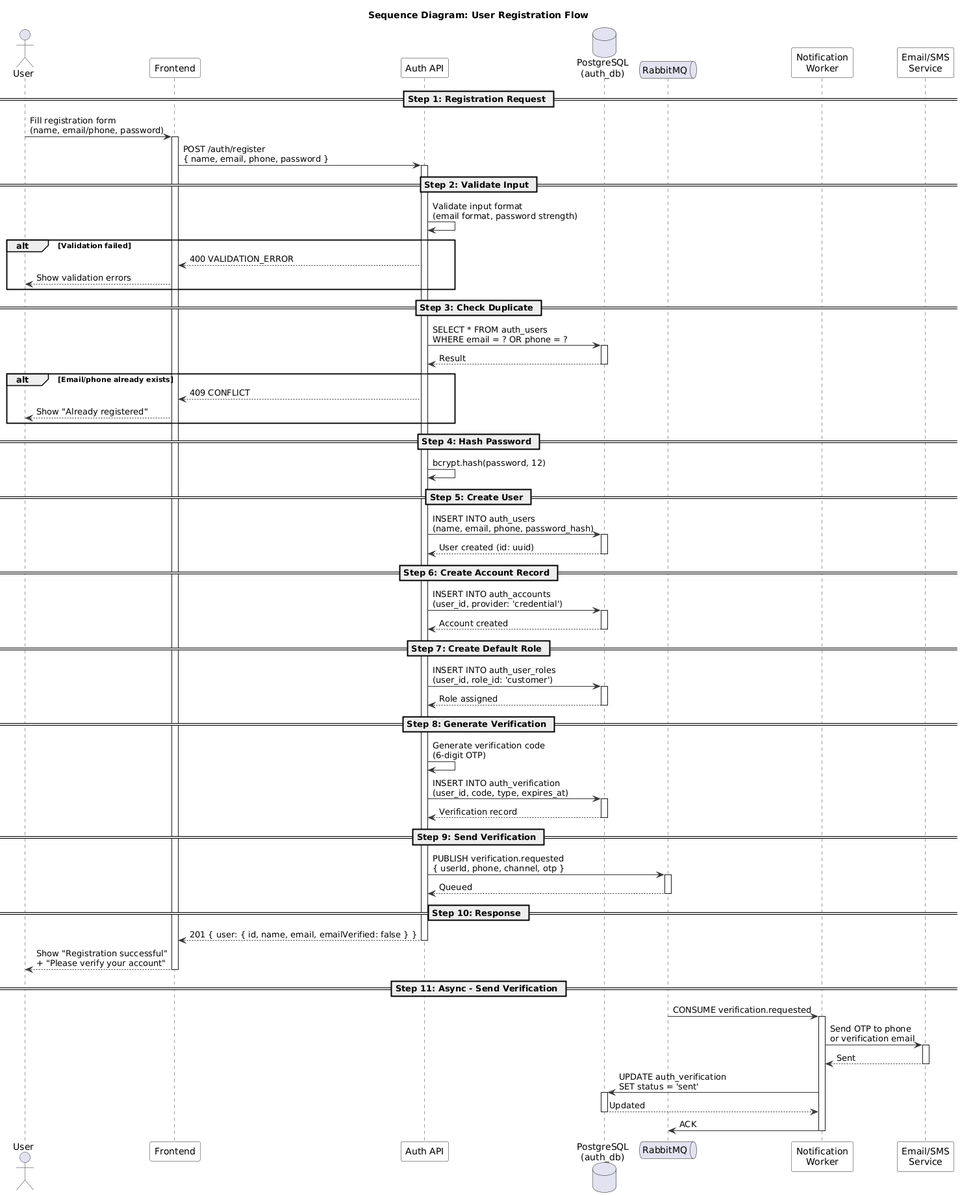
This is modules/dist/auth/images/sequence/registration-sequence.png from namnh240795/document, a PlantUML export, as it was before one commit.
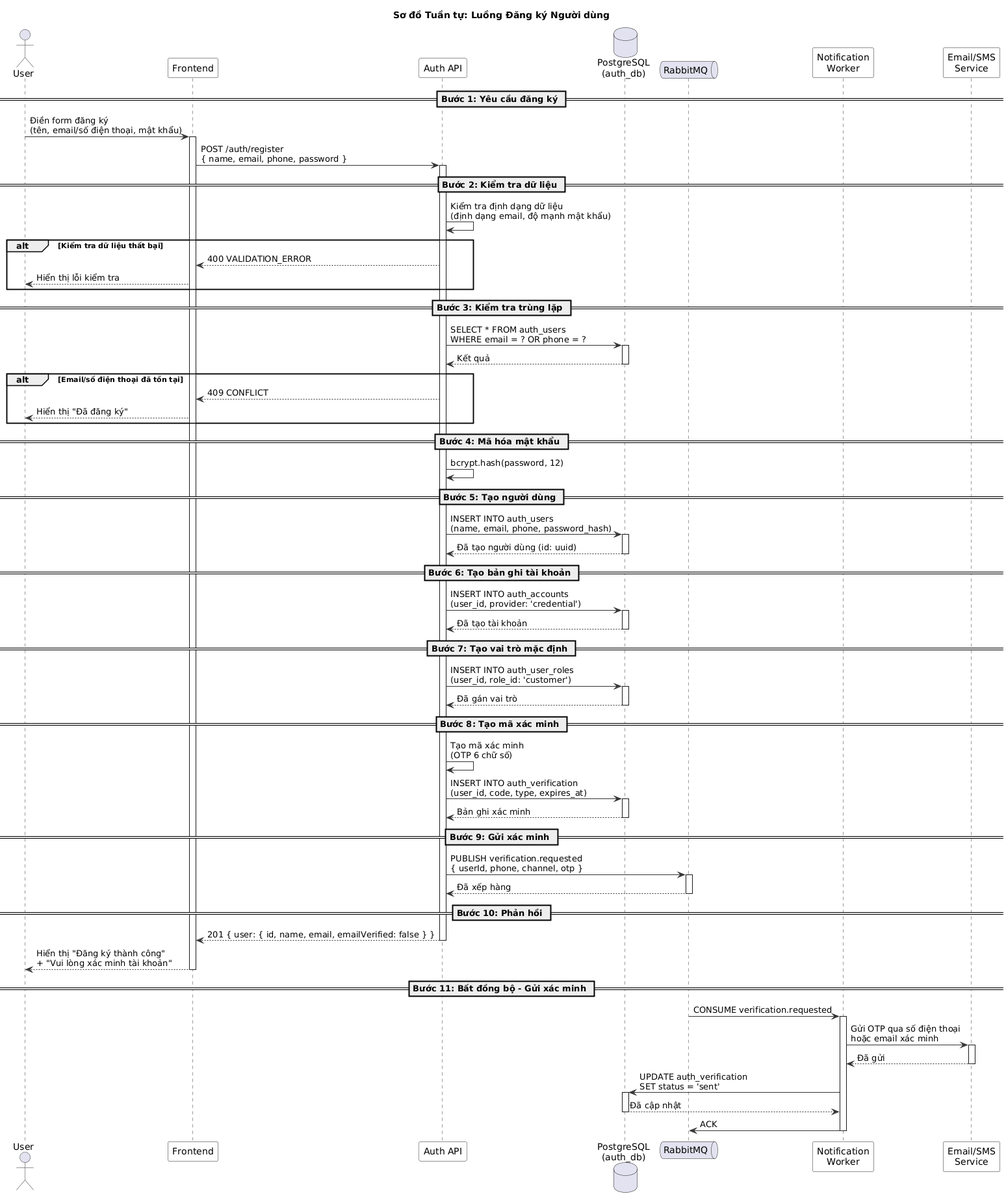
The same diagram one commit later.

Change to the diagram source:
```diff
@@ -8,7 +8,7 @@
   ParticipantBorderColor #333333
 }
 
-title Sequence Diagram: User Registration Flow
+title Sơ đồ Tuần tự: Luồng Đăng ký Người dùng
 
 actor User
 participant "Frontend" as FE
@@ -18,97 +18,97 @@
 participant "Notification\nWorker" as Worker
 participant "Email/SMS\nService" as Notif
 
-== Step 1: Registration Request ==
+== Bước 1: Yêu cầu đăng ký ==
 
-User -> FE : Fill registration form\n(name, email/phone, password)
+User -> FE : Điền form đăng ký\n(tên, email/số điện thoại, mật khẩu)
 activate FE
 
 FE -> API : POST /auth/register\n{ name, email, phone, password }
 activate API
 
-== Step 2: Validate Input ==
+== Bước 2: Kiểm tra dữ liệu ==
 
-API -> API : Validate input format\n(email format, password strength)
+API -> API : Kiểm tra định dạng dữ liệu\n(định dạng email, độ mạnh mật khẩu)
 
-alt Validation failed
+alt Kiểm tra dữ liệu thất bại
   API --> FE : 400 VALIDATION_ERROR
-  FE --> User : Show validation errors
+  FE --> User : Hiển thị lỗi kiểm tra
 end
 
-== Step 3: Check Duplicate ==
+== Bước 3: Kiểm tra trùng lặp ==
 
 API -> DB : SELECT * FROM auth_users\nWHERE email = ? OR phone = ?
 activate DB
-DB --> API : Result
+DB --> API : Kết quả
 deactivate DB
 
-alt Email/phone already exists
+alt Email/số điện thoại đã tồn tại
   API --> FE : 409 CONFLICT
-  FE --> User : Show "Already registered"
+  FE --> User : Hiển thị "Đã đăng ký"
 end
 
-== Step 4: Hash Password ==
+== Bước 4: Mã hóa mật khẩu ==
 
 API -> API : bcrypt.hash(password, 12)
 
-== Step 5: Create User ==
+== Bước 5: Tạo người dùng ==
 
 API -> DB : INSERT INTO auth_users\n(name, email, phone, password_hash)
 activate DB
-DB --> API : User created (id: uuid)
+DB --> API : Đã tạo người dùng (id: uuid)
 deactivate DB
 
-== Step 6: Create Account Record ==
+== Bước 6: Tạo bản ghi tài khoản ==
 
 API -> DB : INSERT INTO auth_accounts\n(user_id, provider: 'credential')
 activate DB
-DB --> API : Account created
+DB --> API : Đã tạo tài khoản
 deactivate DB
 
-== Step 7: Create Default Role ==
+== Bước 7: Tạo vai trò mặc định ==
 
 API -> DB : INSERT INTO auth_user_roles\n(user_id, role_id: 'customer')
 activate DB
-DB --> API : Role assigned
+DB --> API : Đã gán vai trò
 deactivate DB
 
-== Step 8: Generate Verification ==
+== Bước 8: Tạo mã xác minh ==
 
-API -> API : Generate verification code\n(6-digit OTP)
+API -> API : Tạo mã xác minh\n(OTP 6 chữ số)
 
 API -> DB : INSERT INTO auth_verification\n(user_id, code, type, expires_at)
 activate DB
-DB --> API : Verification record
+DB --> API : Bản ghi xác minh
 deactivate DB
 
-== Step 9: Send Verification ==
+== Bước 9: Gửi xác minh ==
 
 API -> MQ : PUBLISH verification.requested\n{ userId, phone, channel, otp }
 activate MQ
-MQ --> API : Queued
+MQ --> API : Đã xếp hàng
 deactivate MQ
 
-== Step 10: Response ==
+== Bước 10: Phản hồi ==
 
 API --> FE : 201 { user: { id, name, email, emailVerified: false } }
 deactivate API
 
-FE --> User : Show "Registration successful"\n+ "Please verify your account"
+FE --> User : Hiển thị "Đăng ký thành công"\n+ "Vui lòng xác minh tài khoản"
 deactivate FE
 
-== Step 11: Async - Send Verification ==
+== Bước 11: Bất đồng bộ - Gửi xác minh ==
 
 MQ -> Worker : CONSUME verification.requested
 activate Worker
 
-Worker -> Notif : Send OTP to phone\nor verification email
+Worker -> Notif : Gửi OTP qua số điện thoại\nhoặc email xác minh
 activate Notif
-Notif --> Worker : Sent
+Notif --> Worker : Đã gửi
 deactivate Notif
 
 Worker -> DB : UPDATE auth_verification\nSET status = 'sent'
 activate DB
-DB --> Worker : Updated
+DB --> Worker : Đã cập nhật
 deactivate DB
 
 Worker -> MQ : ACK
```
